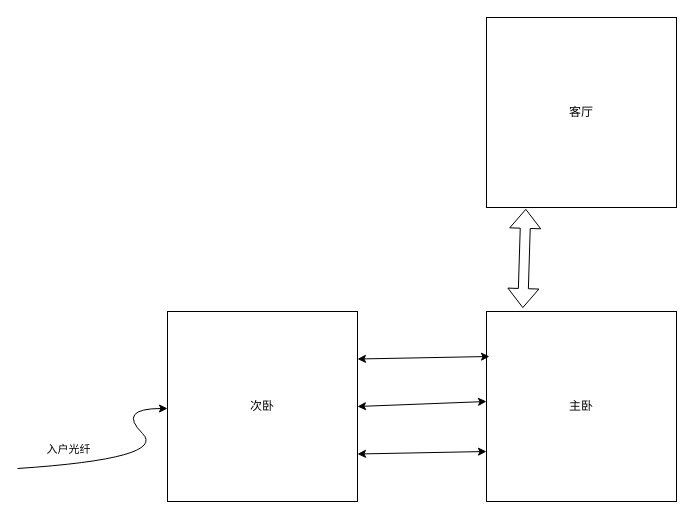
Earlier version of the draw.io diagram drawio/光纤布局图.drawio (oceanxm/DrawIO). Source tidied: cells renumbered, new cells numbered last; positions are measured from the earlier drawing's top-left corner, leaving out a move shared by most shapes. Both pictures are drawn from the tidied source at 100%, with x=0, y=0 at pixel (17, 17).
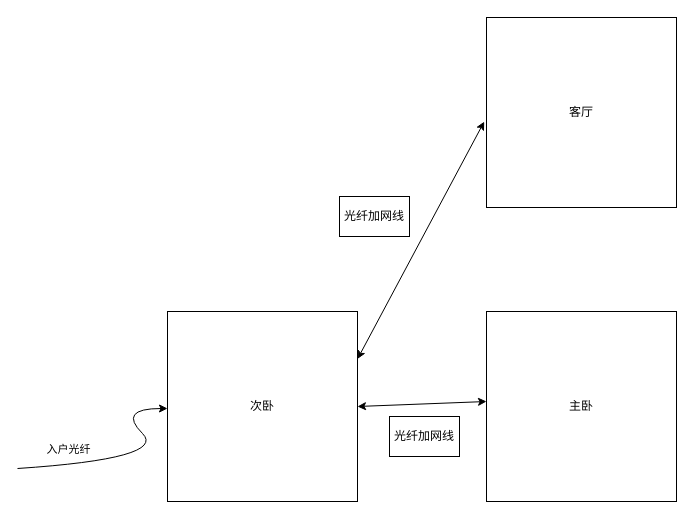
The same page after the edit.

Commit message:
更新光纤布局图.drawio

Change to the diagram source:
```diff
@@
 <mxGraphModel>
   <root>
     <mxCell id="0" />
     <mxCell id="1" parent="0" />
     <mxCell id="2" value="次卧" style="whiteSpace=wrap;html=1;" parent="1" vertex="1">
       <mxGeometry x="150" y="294" width="190" height="190" as="geometry" />
     </mxCell>
     <mxCell id="3" style="curved=1;endArrow=classic;html=1;rounded=0;" parent="1" edge="1">
       <mxGeometry relative="1" as="geometry">
         <mxPoint y="451" as="sourcePoint" />
         <mxPoint x="150" y="391" as="targetPoint" />
         <Array as="points">
           <mxPoint x="150" y="441" />
           <mxPoint x="100" y="391" />
         </Array>
       </mxGeometry>
     </mxCell>
     <mxCell id="4" value="入户光纤" style="edgeLabel;html=1;align=center;verticalAlign=middle;" parent="3" vertex="1">
       <mxGeometry x="-0.79" y="-1" relative="1" as="geometry">
         <mxPoint x="22" y="-19" as="offset" />
       </mxGeometry>
     </mxCell>
     <mxCell id="5" value="主卧" style="whiteSpace=wrap;html=1;" parent="1" vertex="1">
       <mxGeometry x="469" y="294" width="190" height="190" as="geometry" />
     </mxCell>
     <mxCell id="6" value="客厅" style="whiteSpace=wrap;html=1;" parent="1" vertex="1">
       <mxGeometry x="469" width="190" height="190" as="geometry" />
     </mxCell>
-    <mxCell id="7" style="endArrow=classic;startArrow=classic;html=1;rounded=0;exitX=1;exitY=0.25;exitDx=0;exitDy=0;" parent="1" edge="1" source="2">
-      <mxGeometry relative="1" as="geometry">
-        <mxPoint x="472" y="339" as="targetPoint" />
-      </mxGeometry>
+    <mxCell id="7" style="endArrow=classic;startArrow=classic;html=1;rounded=0;exitX=1;exitY=0.25;exitDx=0;exitDy=0;entryX=-0.012;entryY=0.548;entryDx=0;entryDy=0;entryPerimeter=0;" parent="1" edge="1" source="2" target="6">
+      <mxGeometry relative="1" as="geometry" />
     </mxCell>
-    <mxCell id="8" style="endArrow=classic;startArrow=classic;html=1;rounded=0;exitX=1;exitY=0.75;exitDx=0;exitDy=0;" parent="1" edge="1" source="2">
-      <mxGeometry relative="1" as="geometry">
-        <mxPoint x="469" y="434" as="targetPoint" />
-      </mxGeometry>
-    </mxCell>
     <mxCell id="9" style="endArrow=classic;startArrow=classic;html=1;rounded=0;exitX=1;exitY=0.5;exitDx=0;exitDy=0;" parent="1" edge="1" source="2">
       <mxGeometry relative="1" as="geometry">
         <mxPoint x="469" y="384" as="targetPoint" />
       </mxGeometry>
     </mxCell>
-    <mxCell id="10" style="shape=flexArrow;endArrow=classic;startArrow=classic;html=1;rounded=0;exitX=0.191;exitY=-0.018;exitDx=0;exitDy=0;exitPerimeter=0;entryX=0.207;entryY=1.007;entryDx=0;entryDy=0;entryPerimeter=0;" parent="1" edge="1" source="5" target="6">
-      <mxGeometry relative="1" as="geometry" />
-    </mxCell>
+    <mxCell id="11" value="光纤加网线" style="whiteSpace=wrap;html=1;" parent="1" vertex="1">
+      <mxGeometry x="372" y="399" width="70" height="40" as="geometry" />
+    </mxCell>
+    <mxCell id="12" value="光纤加网线" style="whiteSpace=wrap;html=1;" parent="1" vertex="1">
+      <mxGeometry x="322" y="179" width="70" height="40" as="geometry" />
+    </mxCell>
   </root>
 </mxGraphModel>
```
